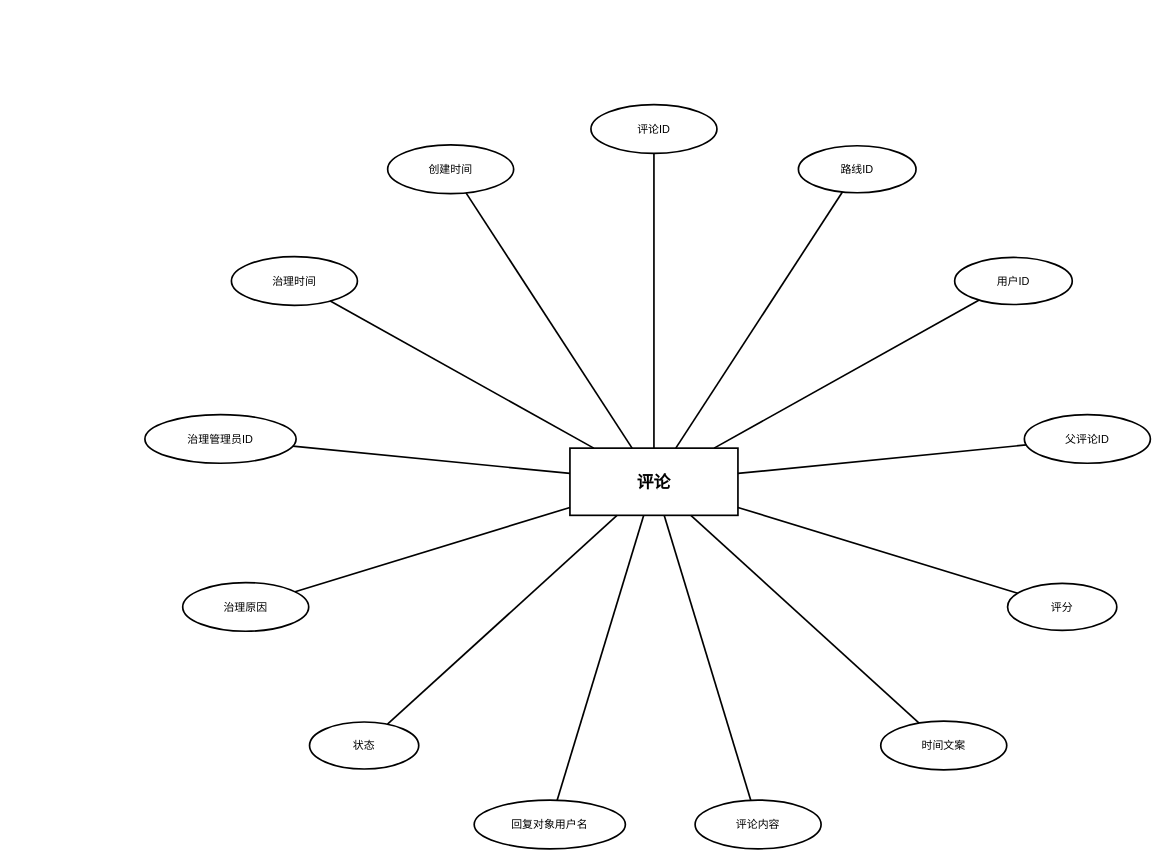
612cs/TrailQuest keeps this draw.io diagram as DOCS/thesis/figures/entity-diagrams/reviews/reviews_entity.drawio. Above is the earlier version. Source tidied: cells renumbered, new cells numbered last; positions are measured from the earlier drawing's top-left corner, leaving out a move shared by most shapes. Both pictures are drawn from the tidied source at 84%, with x=0, y=0 at pixel (144, 104).
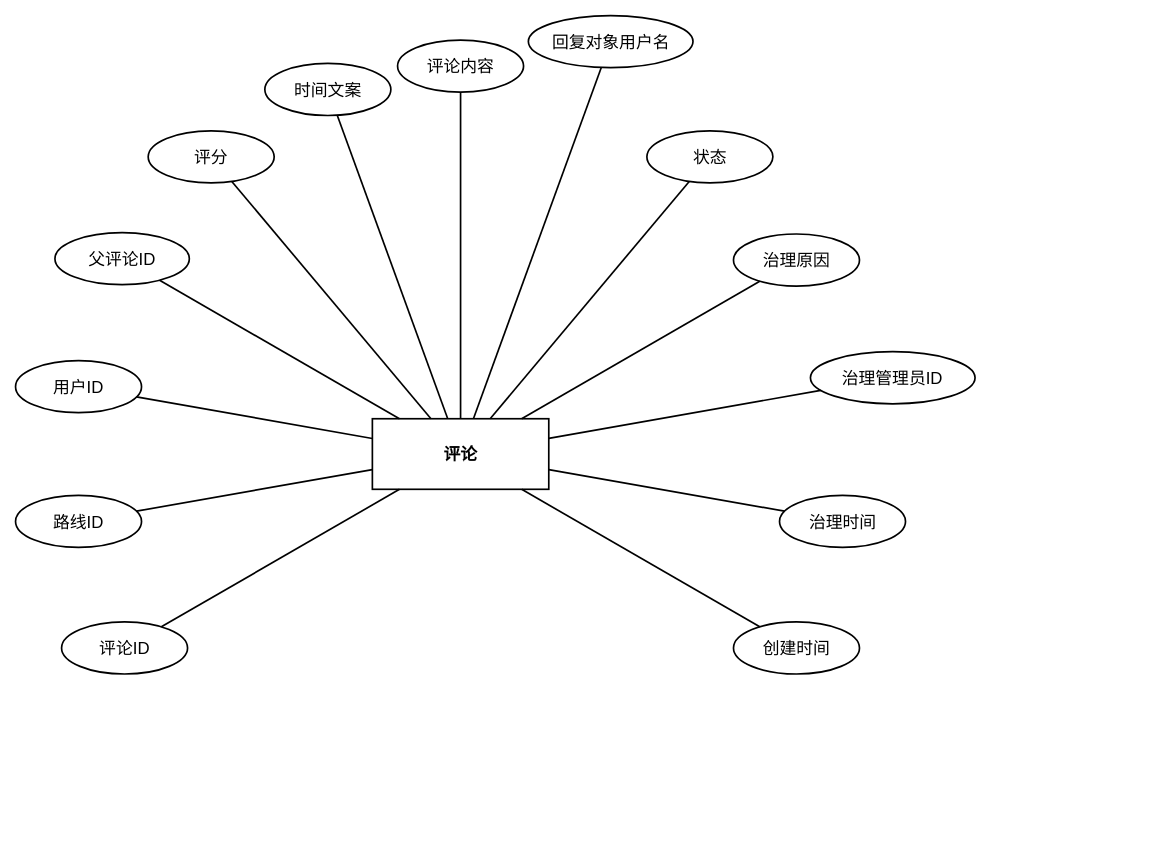
Above is the later version.

Change to the diagram source:
```diff
@@
-    <mxCell id="2" value="评论" style="rounded=0;whiteSpace=wrap;html=1;fillColor=#ffffff;strokeColor=#000000;fontColor=#000000;fontFamily=Arial;fontSize=20;fontStyle=1;align=center;verticalAlign=middle;strokeWidth=2;" parent="1" vertex="1">
-      <mxGeometry x="506" y="409" width="200" height="80" as="geometry" />
+    <mxCell id="2" value="评论" style="rounded=0;whiteSpace=wrap;html=1;fillColor=none;strokeColor=#000000;fontColor=#000000;fontFamily=Arial;fontSize=20;fontStyle=1;align=center;verticalAlign=middle;strokeWidth=2;gradientColor=none;shadow=0;glass=0;" parent="1" vertex="1">
+      <mxGeometry x="270.8" y="374" width="210" height="84" as="geometry" />
     </mxCell>
-    <mxCell id="3" value="评论ID" style="ellipse;whiteSpace=wrap;html=1;fillColor=#ffffff;strokeColor=#000000;fontColor=#000000;fontFamily=Arial;fontSize=13;align=center;verticalAlign=middle;strokeWidth=2;" parent="1" vertex="1">
-      <mxGeometry x="531" width="150" height="58" as="geometry" />
+    <mxCell id="3" value="评论ID" style="ellipse;whiteSpace=wrap;html=1;fillColor=none;strokeColor=#000000;fontColor=#000000;fontFamily=Arial;fontSize=20;align=center;verticalAlign=middle;strokeWidth=2;gradientColor=none;shadow=0;glass=0;" parent="1" vertex="1">
+      <mxGeometry x="-99.2" y="615.9" width="150" height="62" as="geometry" />
     </mxCell>
-    <mxCell id="4" value="路线ID" style="ellipse;whiteSpace=wrap;html=1;fillColor=#ffffff;strokeColor=#000000;fontColor=#000000;fontFamily=Arial;fontSize=13;align=center;verticalAlign=middle;strokeWidth=2;" parent="1" vertex="1">
-      <mxGeometry x="778" y="49" width="140" height="56" as="geometry" />
+    <mxCell id="4" value="路线ID" style="ellipse;whiteSpace=wrap;html=1;fillColor=none;strokeColor=#000000;fontColor=#000000;fontFamily=Arial;fontSize=20;align=center;verticalAlign=middle;strokeWidth=2;gradientColor=none;shadow=0;glass=0;" parent="1" vertex="1">
+      <mxGeometry x="-154" y="465.2" width="150" height="62" as="geometry" />
     </mxCell>
-    <mxCell id="5" value="用户ID" style="ellipse;whiteSpace=wrap;html=1;fillColor=#ffffff;strokeColor=#000000;fontColor=#000000;fontFamily=Arial;fontSize=13;align=center;verticalAlign=middle;strokeWidth=2;" parent="1" vertex="1">
-      <mxGeometry x="964" y="182" width="140" height="56" as="geometry" />
+    <mxCell id="5" value="用户ID" style="ellipse;whiteSpace=wrap;html=1;fillColor=none;strokeColor=#000000;fontColor=#000000;fontFamily=Arial;fontSize=20;align=center;verticalAlign=middle;strokeWidth=2;gradientColor=none;shadow=0;glass=0;" parent="1" vertex="1">
+      <mxGeometry x="-154" y="304.8" width="150" height="62" as="geometry" />
     </mxCell>
-    <mxCell id="6" value="父评论ID" style="ellipse;whiteSpace=wrap;html=1;fillColor=#ffffff;strokeColor=#000000;fontColor=#000000;fontFamily=Arial;fontSize=13;align=center;verticalAlign=middle;strokeWidth=2;" parent="1" vertex="1">
-      <mxGeometry x="1047" y="369" width="150" height="58" as="geometry" />
+    <mxCell id="6" value="父评论ID" style="ellipse;whiteSpace=wrap;html=1;fillColor=none;strokeColor=#000000;fontColor=#000000;fontFamily=Arial;fontSize=20;align=center;verticalAlign=middle;strokeWidth=2;gradientColor=none;shadow=0;glass=0;" parent="1" vertex="1">
+      <mxGeometry x="-107.1" y="152.4" width="160" height="62" as="geometry" />
     </mxCell>
-    <mxCell id="7" value="评分" style="ellipse;whiteSpace=wrap;html=1;fillColor=#ffffff;strokeColor=#000000;fontColor=#000000;fontFamily=Arial;fontSize=13;align=center;verticalAlign=middle;strokeWidth=2;" parent="1" vertex="1">
-      <mxGeometry x="1027" y="570" width="130" height="56" as="geometry" />
+    <mxCell id="7" value="评分" style="ellipse;whiteSpace=wrap;html=1;fillColor=none;strokeColor=#000000;fontColor=#000000;fontFamily=Arial;fontSize=20;align=center;verticalAlign=middle;strokeWidth=2;gradientColor=none;shadow=0;glass=0;" parent="1" vertex="1">
+      <mxGeometry x="3.9" y="31.2" width="150" height="62" as="geometry" />
     </mxCell>
-    <mxCell id="8" value="时间文案" style="ellipse;whiteSpace=wrap;html=1;fillColor=#ffffff;strokeColor=#000000;fontColor=#000000;fontFamily=Arial;fontSize=13;align=center;verticalAlign=middle;strokeWidth=2;" parent="1" vertex="1">
-      <mxGeometry x="876" y="734" width="150" height="58" as="geometry" />
+    <mxCell id="8" value="时间文案" style="ellipse;whiteSpace=wrap;html=1;fillColor=none;strokeColor=#000000;fontColor=#000000;fontFamily=Arial;fontSize=20;align=center;verticalAlign=middle;strokeWidth=2;gradientColor=none;shadow=0;glass=0;" parent="1" vertex="1">
+      <mxGeometry x="142.8" y="-49" width="150" height="62" as="geometry" />
     </mxCell>
-    <mxCell id="9" value="评论内容" style="ellipse;whiteSpace=wrap;html=1;fillColor=#ffffff;strokeColor=#000000;fontColor=#000000;fontFamily=Arial;fontSize=13;align=center;verticalAlign=middle;strokeWidth=2;" parent="1" vertex="1">
-      <mxGeometry x="655" y="828" width="150" height="58" as="geometry" />
+    <mxCell id="9" value="评论内容" style="ellipse;whiteSpace=wrap;html=1;fillColor=none;strokeColor=#000000;fontColor=#000000;fontFamily=Arial;fontSize=20;align=center;verticalAlign=middle;strokeWidth=2;gradientColor=none;shadow=0;glass=0;" parent="1" vertex="1">
+      <mxGeometry x="300.8" y="-76.8" width="150" height="62" as="geometry" />
     </mxCell>
-    <mxCell id="10" value="回复对象用户名" style="ellipse;whiteSpace=wrap;html=1;fillColor=#ffffff;strokeColor=#000000;fontColor=#000000;fontFamily=Arial;fontSize=13;align=center;verticalAlign=middle;strokeWidth=2;" parent="1" vertex="1">
-      <mxGeometry x="392" y="828" width="180" height="58" as="geometry" />
+    <mxCell id="10" value="回复对象用户名" style="ellipse;whiteSpace=wrap;html=1;fillColor=none;strokeColor=#000000;fontColor=#000000;fontFamily=Arial;fontSize=20;align=center;verticalAlign=middle;strokeWidth=2;gradientColor=none;shadow=0;glass=0;" parent="1" vertex="1">
+      <mxGeometry x="456.5" y="-106" width="196" height="62" as="geometry" />
     </mxCell>
-    <mxCell id="11" value="状态" style="ellipse;whiteSpace=wrap;html=1;fillColor=#ffffff;strokeColor=#000000;fontColor=#000000;fontFamily=Arial;fontSize=13;align=center;verticalAlign=middle;strokeWidth=2;" parent="1" vertex="1">
-      <mxGeometry x="196" y="735" width="130" height="56" as="geometry" />
+    <mxCell id="11" value="状态" style="ellipse;whiteSpace=wrap;html=1;fillColor=none;strokeColor=#000000;fontColor=#000000;fontFamily=Arial;fontSize=20;align=center;verticalAlign=middle;strokeWidth=2;gradientColor=none;shadow=0;glass=0;" parent="1" vertex="1">
+      <mxGeometry x="597.6" y="31.2" width="150" height="62" as="geometry" />
     </mxCell>
-    <mxCell id="12" value="治理原因" style="ellipse;whiteSpace=wrap;html=1;fillColor=#ffffff;strokeColor=#000000;fontColor=#000000;fontFamily=Arial;fontSize=13;align=center;verticalAlign=middle;strokeWidth=2;" parent="1" vertex="1">
-      <mxGeometry x="45" y="569" width="150" height="58" as="geometry" />
+    <mxCell id="12" value="治理原因" style="ellipse;whiteSpace=wrap;html=1;fillColor=none;strokeColor=#000000;fontColor=#000000;fontFamily=Arial;fontSize=20;align=center;verticalAlign=middle;strokeWidth=2;gradientColor=none;shadow=0;glass=0;" parent="1" vertex="1">
+      <mxGeometry x="700.7" y="154.1" width="150" height="62" as="geometry" />
     </mxCell>
-    <mxCell id="13" value="治理管理员ID" style="ellipse;whiteSpace=wrap;html=1;fillColor=#ffffff;strokeColor=#000000;fontColor=#000000;fontFamily=Arial;fontSize=13;align=center;verticalAlign=middle;strokeWidth=2;" parent="1" vertex="1">
-      <mxGeometry y="369" width="180" height="58" as="geometry" />
+    <mxCell id="13" value="治理管理员ID" style="ellipse;whiteSpace=wrap;html=1;fillColor=none;strokeColor=#000000;fontColor=#000000;fontFamily=Arial;fontSize=20;align=center;verticalAlign=middle;strokeWidth=2;gradientColor=none;shadow=0;glass=0;" parent="1" vertex="1">
+      <mxGeometry x="792.3" y="294.2" width="196" height="62" as="geometry" />
     </mxCell>
-    <mxCell id="14" value="治理时间" style="ellipse;whiteSpace=wrap;html=1;fillColor=#ffffff;strokeColor=#000000;fontColor=#000000;fontFamily=Arial;fontSize=13;align=center;verticalAlign=middle;strokeWidth=2;" parent="1" vertex="1">
-      <mxGeometry x="103" y="181" width="150" height="58" as="geometry" />
+    <mxCell id="14" value="治理时间" style="ellipse;whiteSpace=wrap;html=1;fillColor=none;strokeColor=#000000;fontColor=#000000;fontFamily=Arial;fontSize=20;align=center;verticalAlign=middle;strokeWidth=2;gradientColor=none;shadow=0;glass=0;" parent="1" vertex="1">
+      <mxGeometry x="755.5" y="465.2" width="150" height="62" as="geometry" />
     </mxCell>
-    <mxCell id="15" value="创建时间" style="ellipse;whiteSpace=wrap;html=1;fillColor=#ffffff;strokeColor=#000000;fontColor=#000000;fontFamily=Arial;fontSize=13;align=center;verticalAlign=middle;strokeWidth=2;" parent="1" vertex="1">
-      <mxGeometry x="289" y="48" width="150" height="58" as="geometry" />
+    <mxCell id="15" value="创建时间" style="ellipse;whiteSpace=wrap;html=1;fillColor=none;strokeColor=#000000;fontColor=#000000;fontFamily=Arial;fontSize=20;align=center;verticalAlign=middle;strokeWidth=2;gradientColor=none;shadow=0;glass=0;" parent="1" vertex="1">
+      <mxGeometry x="700.7" y="615.9" width="150" height="62" as="geometry" />
     </mxCell>
```
